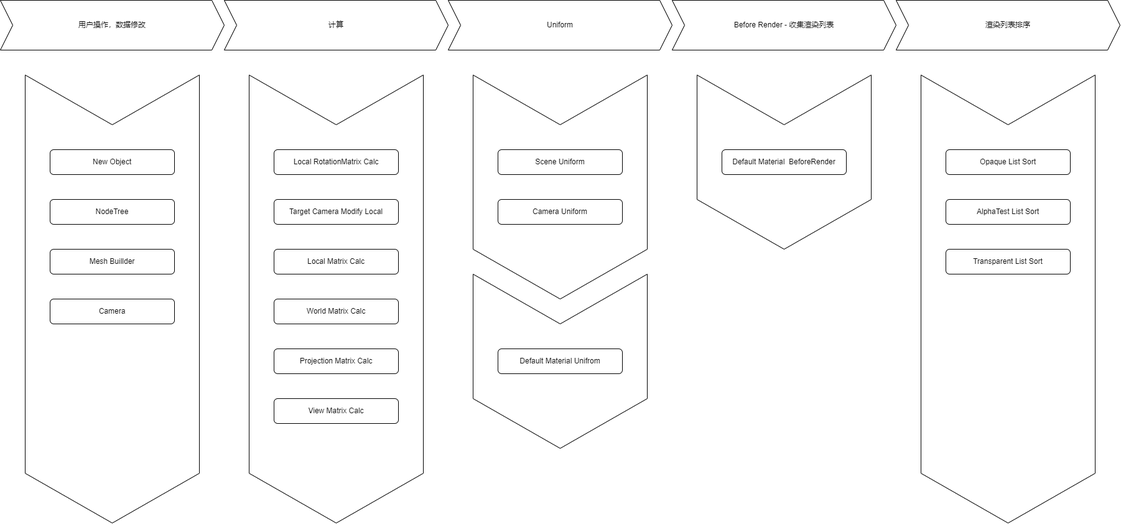
Earlier version of the draw.io export documents/system.png (GaiaWorld/pi_3d). Source tidied: cells renumbered, new cells last; positions are measured from the earlier drawing's top-left corner, leaving out a move shared by most shapes. The source it was exported from:
```xml
<mxGraphModel>
  <root>
    <mxCell id="0" />
    <mxCell id="1" parent="0" />
    <mxCell id="2" style="shape=step;perimeter=stepPerimeter;whiteSpace=wrap;html=1;fixedSize=1;direction=south;size=80;" parent="1" vertex="1">
      <mxGeometry x="1120" y="120" width="280" height="280" as="geometry" />
    </mxCell>
    <mxCell id="3" style="shape=step;perimeter=stepPerimeter;whiteSpace=wrap;html=1;fixedSize=1;direction=south;size=80;" parent="1" vertex="1">
      <mxGeometry x="1480" y="120" width="280" height="720" as="geometry" />
    </mxCell>
    <mxCell id="4" style="shape=step;perimeter=stepPerimeter;whiteSpace=wrap;html=1;fixedSize=1;direction=south;size=80;" parent="1" vertex="1">
      <mxGeometry x="760" y="440" width="280" height="280" as="geometry" />
    </mxCell>
    <mxCell id="5" style="shape=step;perimeter=stepPerimeter;whiteSpace=wrap;html=1;fixedSize=1;direction=south;size=80;" parent="1" vertex="1">
      <mxGeometry x="760" y="120" width="280" height="360" as="geometry" />
    </mxCell>
    <mxCell id="6" style="shape=step;perimeter=stepPerimeter;whiteSpace=wrap;html=1;fixedSize=1;direction=south;size=80;" parent="1" vertex="1">
      <mxGeometry x="400" y="120" width="280" height="720" as="geometry" />
    </mxCell>
    <mxCell id="7" style="shape=step;perimeter=stepPerimeter;whiteSpace=wrap;html=1;fixedSize=1;direction=south;size=80;" parent="1" vertex="1">
      <mxGeometry x="40" y="120" width="280" height="720" as="geometry" />
    </mxCell>
    <mxCell id="8" value="New Object" style="rounded=1;whiteSpace=wrap;html=1;" parent="1" vertex="1">
      <mxGeometry x="80" y="240" width="200" height="40" as="geometry" />
    </mxCell>
    <mxCell id="9" value="NodeTree" style="rounded=1;whiteSpace=wrap;html=1;" parent="1" vertex="1">
      <mxGeometry x="80" y="320" width="200" height="40" as="geometry" />
    </mxCell>
    <mxCell id="10" value="Mesh Buillder" style="rounded=1;whiteSpace=wrap;html=1;" parent="1" vertex="1">
      <mxGeometry x="80" y="400" width="200" height="40" as="geometry" />
    </mxCell>
    <mxCell id="11" value="Camera" style="rounded=1;whiteSpace=wrap;html=1;" parent="1" vertex="1">
      <mxGeometry x="80" y="480" width="200" height="40" as="geometry" />
    </mxCell>
    <mxCell id="12" value="Local RotationMatrix Calc" style="rounded=1;whiteSpace=wrap;html=1;" parent="1" vertex="1">
      <mxGeometry x="440" y="240" width="200" height="40" as="geometry" />
    </mxCell>
    <mxCell id="13" value="Projection Matrix Calc" style="rounded=1;whiteSpace=wrap;html=1;" parent="1" vertex="1">
      <mxGeometry x="440" y="560" width="200" height="40" as="geometry" />
    </mxCell>
    <mxCell id="14" value="Target Camera Modify Local" style="rounded=1;whiteSpace=wrap;html=1;" parent="1" vertex="1">
      <mxGeometry x="440" y="320" width="200" height="40" as="geometry" />
    </mxCell>
    <mxCell id="15" value="Local Matrix Calc" style="rounded=1;whiteSpace=wrap;html=1;" parent="1" vertex="1">
      <mxGeometry x="440" y="400" width="200" height="40" as="geometry" />
    </mxCell>
    <mxCell id="16" value="World Matrix Calc" style="rounded=1;whiteSpace=wrap;html=1;" parent="1" vertex="1">
      <mxGeometry x="440" y="480" width="200" height="40" as="geometry" />
    </mxCell>
    <mxCell id="17" value="View Matrix Calc" style="rounded=1;whiteSpace=wrap;html=1;" parent="1" vertex="1">
      <mxGeometry x="440" y="640" width="200" height="40" as="geometry" />
    </mxCell>
    <mxCell id="18" value="Scene Uniform" style="rounded=1;whiteSpace=wrap;html=1;" parent="1" vertex="1">
      <mxGeometry x="800" y="240" width="200" height="40" as="geometry" />
    </mxCell>
    <mxCell id="19" value="Camera Uniform" style="rounded=1;whiteSpace=wrap;html=1;" parent="1" vertex="1">
      <mxGeometry x="800" y="320" width="200" height="40" as="geometry" />
    </mxCell>
    <mxCell id="20" value="Default Material Unifrom" style="rounded=1;whiteSpace=wrap;html=1;" parent="1" vertex="1">
      <mxGeometry x="800" y="560" width="200" height="40" as="geometry" />
    </mxCell>
    <mxCell id="21" value="Default Material&amp;nbsp; BeforeRender" style="rounded=1;whiteSpace=wrap;html=1;" parent="1" vertex="1">
      <mxGeometry x="1160" y="240" width="200" height="40" as="geometry" />
    </mxCell>
    <mxCell id="22" value="Opaque List Sort" style="rounded=1;whiteSpace=wrap;html=1;" parent="1" vertex="1">
      <mxGeometry x="1520" y="240" width="200" height="40" as="geometry" />
    </mxCell>
    <mxCell id="23" value="AlphaTest List Sort" style="rounded=1;whiteSpace=wrap;html=1;" parent="1" vertex="1">
      <mxGeometry x="1520" y="320" width="200" height="40" as="geometry" />
    </mxCell>
    <mxCell id="24" value="Transparent List Sort" style="rounded=1;whiteSpace=wrap;html=1;" parent="1" vertex="1">
      <mxGeometry x="1520" y="400" width="200" height="40" as="geometry" />
    </mxCell>
    <mxCell id="25" value="用户操作，数据修改" style="shape=step;perimeter=stepPerimeter;whiteSpace=wrap;html=1;fixedSize=1;" parent="1" vertex="1">
      <mxGeometry width="360" height="80" as="geometry" />
    </mxCell>
    <mxCell id="26" value="计算" style="shape=step;perimeter=stepPerimeter;whiteSpace=wrap;html=1;fixedSize=1;" parent="1" vertex="1">
      <mxGeometry x="360" width="360" height="80" as="geometry" />
    </mxCell>
    <mxCell id="27" value="Uniform" style="shape=step;perimeter=stepPerimeter;whiteSpace=wrap;html=1;fixedSize=1;" parent="1" vertex="1">
      <mxGeometry x="720" width="360" height="80" as="geometry" />
    </mxCell>
    <mxCell id="28" value="Before Render - 收集渲染列表" style="shape=step;perimeter=stepPerimeter;whiteSpace=wrap;html=1;fixedSize=1;" parent="1" vertex="1">
      <mxGeometry x="1080" width="360" height="80" as="geometry" />
    </mxCell>
    <mxCell id="29" value="渲染列表排序" style="shape=step;perimeter=stepPerimeter;whiteSpace=wrap;html=1;fixedSize=1;" parent="1" vertex="1">
      <mxGeometry x="1440" width="360" height="80" as="geometry" />
    </mxCell>
  </root>
</mxGraphModel>
```
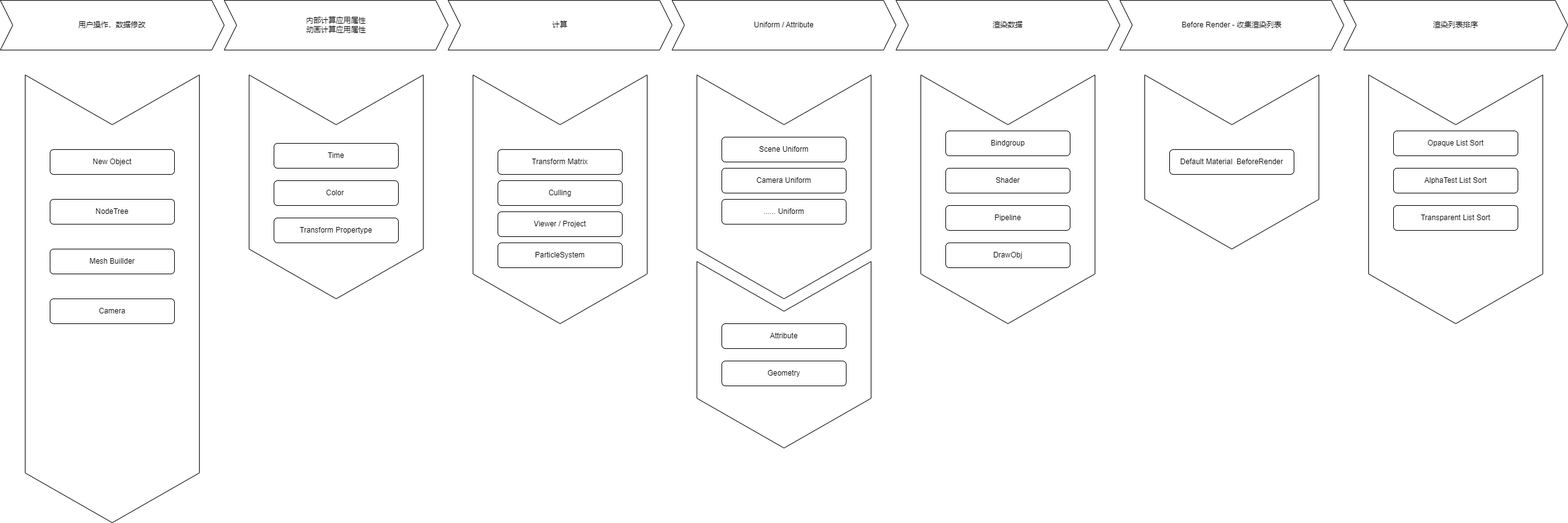
After the change.

Change to the diagram source:
```diff
@@ -3,19 +3,16 @@
     <mxCell id="0" />
     <mxCell id="1" parent="0" />
     <mxCell id="2" style="shape=step;perimeter=stepPerimeter;whiteSpace=wrap;html=1;fixedSize=1;direction=south;size=80;" parent="1" vertex="1">
-      <mxGeometry x="1120" y="120" width="280" height="280" as="geometry" />
+      <mxGeometry x="1840" y="120" width="280" height="280" as="geometry" />
     </mxCell>
     <mxCell id="3" style="shape=step;perimeter=stepPerimeter;whiteSpace=wrap;html=1;fixedSize=1;direction=south;size=80;" parent="1" vertex="1">
-      <mxGeometry x="1480" y="120" width="280" height="720" as="geometry" />
+      <mxGeometry x="2200" y="120" width="280" height="400" as="geometry" />
     </mxCell>
-    <mxCell id="4" style="shape=step;perimeter=stepPerimeter;whiteSpace=wrap;html=1;fixedSize=1;direction=south;size=80;" parent="1" vertex="1">
-      <mxGeometry x="760" y="440" width="280" height="280" as="geometry" />
-    </mxCell>
     <mxCell id="5" style="shape=step;perimeter=stepPerimeter;whiteSpace=wrap;html=1;fixedSize=1;direction=south;size=80;" parent="1" vertex="1">
-      <mxGeometry x="760" y="120" width="280" height="360" as="geometry" />
+      <mxGeometry x="1120" y="120" width="280" height="360" as="geometry" />
     </mxCell>
     <mxCell id="6" style="shape=step;perimeter=stepPerimeter;whiteSpace=wrap;html=1;fixedSize=1;direction=south;size=80;" parent="1" vertex="1">
-      <mxGeometry x="400" y="120" width="280" height="720" as="geometry" />
+      <mxGeometry x="760" y="120" width="280" height="400" as="geometry" />
     </mxCell>
     <mxCell id="7" style="shape=step;perimeter=stepPerimeter;whiteSpace=wrap;html=1;fixedSize=1;direction=south;size=80;" parent="1" vertex="1">
       <mxGeometry x="40" y="120" width="280" height="720" as="geometry" />
@@ -32,59 +29,95 @@
     <mxCell id="11" value="Camera" style="rounded=1;whiteSpace=wrap;html=1;" parent="1" vertex="1">
       <mxGeometry x="80" y="480" width="200" height="40" as="geometry" />
     </mxCell>
-    <mxCell id="12" value="Local RotationMatrix Calc" style="rounded=1;whiteSpace=wrap;html=1;" parent="1" vertex="1">
-      <mxGeometry x="440" y="240" width="200" height="40" as="geometry" />
+    <mxCell id="12" value="Transform Matrix" style="rounded=1;whiteSpace=wrap;html=1;" parent="1" vertex="1">
+      <mxGeometry x="800" y="240" width="200" height="40" as="geometry" />
     </mxCell>
-    <mxCell id="13" value="Projection Matrix Calc" style="rounded=1;whiteSpace=wrap;html=1;" parent="1" vertex="1">
-      <mxGeometry x="440" y="560" width="200" height="40" as="geometry" />
-    </mxCell>
-    <mxCell id="14" value="Target Camera Modify Local" style="rounded=1;whiteSpace=wrap;html=1;" parent="1" vertex="1">
-      <mxGeometry x="440" y="320" width="200" height="40" as="geometry" />
+    <mxCell id="14" value="Culling" style="rounded=1;whiteSpace=wrap;html=1;" parent="1" vertex="1">
+      <mxGeometry x="800" y="290" width="200" height="40" as="geometry" />
     </mxCell>
-    <mxCell id="15" value="Local Matrix Calc" style="rounded=1;whiteSpace=wrap;html=1;" parent="1" vertex="1">
-      <mxGeometry x="440" y="400" width="200" height="40" as="geometry" />
+    <mxCell id="15" value="Viewer / Project" style="rounded=1;whiteSpace=wrap;html=1;" parent="1" vertex="1">
+      <mxGeometry x="800" y="340" width="200" height="40" as="geometry" />
     </mxCell>
-    <mxCell id="16" value="World Matrix Calc" style="rounded=1;whiteSpace=wrap;html=1;" parent="1" vertex="1">
-      <mxGeometry x="440" y="480" width="200" height="40" as="geometry" />
+    <mxCell id="16" value="ParticleSystem" style="rounded=1;whiteSpace=wrap;html=1;" parent="1" vertex="1">
+      <mxGeometry x="800" y="390" width="200" height="40" as="geometry" />
     </mxCell>
-    <mxCell id="17" value="View Matrix Calc" style="rounded=1;whiteSpace=wrap;html=1;" parent="1" vertex="1">
-      <mxGeometry x="440" y="640" width="200" height="40" as="geometry" />
-    </mxCell>
     <mxCell id="18" value="Scene Uniform" style="rounded=1;whiteSpace=wrap;html=1;" parent="1" vertex="1">
-      <mxGeometry x="800" y="240" width="200" height="40" as="geometry" />
+      <mxGeometry x="1160" y="220" width="200" height="40" as="geometry" />
     </mxCell>
     <mxCell id="19" value="Camera Uniform" style="rounded=1;whiteSpace=wrap;html=1;" parent="1" vertex="1">
-      <mxGeometry x="800" y="320" width="200" height="40" as="geometry" />
+      <mxGeometry x="1160" y="270" width="200" height="40" as="geometry" />
     </mxCell>
-    <mxCell id="20" value="Default Material Unifrom" style="rounded=1;whiteSpace=wrap;html=1;" parent="1" vertex="1">
-      <mxGeometry x="800" y="560" width="200" height="40" as="geometry" />
-    </mxCell>
     <mxCell id="21" value="Default Material&amp;nbsp; BeforeRender" style="rounded=1;whiteSpace=wrap;html=1;" parent="1" vertex="1">
-      <mxGeometry x="1160" y="240" width="200" height="40" as="geometry" />
+      <mxGeometry x="1880" y="240" width="200" height="40" as="geometry" />
     </mxCell>
     <mxCell id="22" value="Opaque List Sort" style="rounded=1;whiteSpace=wrap;html=1;" parent="1" vertex="1">
-      <mxGeometry x="1520" y="240" width="200" height="40" as="geometry" />
+      <mxGeometry x="2240" y="210" width="200" height="40" as="geometry" />
     </mxCell>
     <mxCell id="23" value="AlphaTest List Sort" style="rounded=1;whiteSpace=wrap;html=1;" parent="1" vertex="1">
-      <mxGeometry x="1520" y="320" width="200" height="40" as="geometry" />
+      <mxGeometry x="2240" y="270" width="200" height="40" as="geometry" />
     </mxCell>
     <mxCell id="24" value="Transparent List Sort" style="rounded=1;whiteSpace=wrap;html=1;" parent="1" vertex="1">
-      <mxGeometry x="1520" y="400" width="200" height="40" as="geometry" />
+      <mxGeometry x="2240" y="330" width="200" height="40" as="geometry" />
     </mxCell>
     <mxCell id="25" value="用户操作，数据修改" style="shape=step;perimeter=stepPerimeter;whiteSpace=wrap;html=1;fixedSize=1;" parent="1" vertex="1">
       <mxGeometry width="360" height="80" as="geometry" />
     </mxCell>
     <mxCell id="26" value="计算" style="shape=step;perimeter=stepPerimeter;whiteSpace=wrap;html=1;fixedSize=1;" parent="1" vertex="1">
-      <mxGeometry x="360" width="360" height="80" as="geometry" />
+      <mxGeometry x="720" width="360" height="80" as="geometry" />
     </mxCell>
-    <mxCell id="27" value="Uniform" style="shape=step;perimeter=stepPerimeter;whiteSpace=wrap;html=1;fixedSize=1;" parent="1" vertex="1">
-      <mxGeometry x="720" width="360" height="80" as="geometry" />
-    </mxCell>
     <mxCell id="28" value="Before Render - 收集渲染列表" style="shape=step;perimeter=stepPerimeter;whiteSpace=wrap;html=1;fixedSize=1;" parent="1" vertex="1">
-      <mxGeometry x="1080" width="360" height="80" as="geometry" />
+      <mxGeometry x="1800" width="360" height="80" as="geometry" />
     </mxCell>
     <mxCell id="29" value="渲染列表排序" style="shape=step;perimeter=stepPerimeter;whiteSpace=wrap;html=1;fixedSize=1;" parent="1" vertex="1">
-      <mxGeometry x="1440" width="360" height="80" as="geometry" />
+      <mxGeometry x="2160" width="360" height="80" as="geometry" />
     </mxCell>
+    <mxCell id="30" value="内部计算应用属性&lt;br&gt;动画计算应用属性" style="shape=step;perimeter=stepPerimeter;whiteSpace=wrap;html=1;fixedSize=1;" parent="1" vertex="1">
+      <mxGeometry x="360" width="360" height="80" as="geometry" />
+    </mxCell>
+    <mxCell id="31" value="...... Uniform" style="rounded=1;whiteSpace=wrap;html=1;" parent="1" vertex="1">
+      <mxGeometry x="1160" y="320" width="200" height="40" as="geometry" />
+    </mxCell>
+    <mxCell id="32" style="shape=step;perimeter=stepPerimeter;whiteSpace=wrap;html=1;fixedSize=1;direction=south;size=80;" parent="1" vertex="1">
+      <mxGeometry x="1120" y="420" width="280" height="300" as="geometry" />
+    </mxCell>
+    <mxCell id="33" value="Attribute" style="rounded=1;whiteSpace=wrap;html=1;" parent="1" vertex="1">
+      <mxGeometry x="1160" y="520" width="200" height="40" as="geometry" />
+    </mxCell>
+    <mxCell id="34" value="Uniform / Attribute" style="shape=step;perimeter=stepPerimeter;whiteSpace=wrap;html=1;fixedSize=1;" parent="1" vertex="1">
+      <mxGeometry x="1080" width="360" height="80" as="geometry" />
+    </mxCell>
+    <mxCell id="35" style="shape=step;perimeter=stepPerimeter;whiteSpace=wrap;html=1;fixedSize=1;direction=south;size=80;" parent="1" vertex="1">
+      <mxGeometry x="400" y="120" width="280" height="360" as="geometry" />
+    </mxCell>
+    <mxCell id="36" value="Time" style="rounded=1;whiteSpace=wrap;html=1;" parent="1" vertex="1">
+      <mxGeometry x="440" y="230" width="200" height="40" as="geometry" />
+    </mxCell>
+    <mxCell id="37" value="Color&amp;nbsp;" style="rounded=1;whiteSpace=wrap;html=1;" parent="1" vertex="1">
+      <mxGeometry x="440" y="290" width="200" height="40" as="geometry" />
+    </mxCell>
+    <mxCell id="38" value="Transform Propertype" style="rounded=1;whiteSpace=wrap;html=1;" parent="1" vertex="1">
+      <mxGeometry x="440" y="350" width="200" height="40" as="geometry" />
+    </mxCell>
+    <mxCell id="39" value="Geometry" style="rounded=1;whiteSpace=wrap;html=1;" parent="1" vertex="1">
+      <mxGeometry x="1160" y="580" width="200" height="40" as="geometry" />
+    </mxCell>
+    <mxCell id="40" value="渲染数据" style="shape=step;perimeter=stepPerimeter;whiteSpace=wrap;html=1;fixedSize=1;" parent="1" vertex="1">
+      <mxGeometry x="1440" width="360" height="80" as="geometry" />
+    </mxCell>
+    <mxCell id="41" style="shape=step;perimeter=stepPerimeter;whiteSpace=wrap;html=1;fixedSize=1;direction=south;size=80;" parent="1" vertex="1">
+      <mxGeometry x="1480" y="120" width="280" height="400" as="geometry" />
+    </mxCell>
+    <mxCell id="42" value="Bindgroup" style="rounded=1;whiteSpace=wrap;html=1;" parent="1" vertex="1">
+      <mxGeometry x="1520" y="210" width="200" height="40" as="geometry" />
+    </mxCell>
+    <mxCell id="43" value="Shader" style="rounded=1;whiteSpace=wrap;html=1;" parent="1" vertex="1">
+      <mxGeometry x="1520" y="270" width="200" height="40" as="geometry" />
+    </mxCell>
+    <mxCell id="44" value="Pipeline" style="rounded=1;whiteSpace=wrap;html=1;" parent="1" vertex="1">
+      <mxGeometry x="1520" y="330" width="200" height="40" as="geometry" />
+    </mxCell>
+    <mxCell id="45" value="DrawObj" style="rounded=1;whiteSpace=wrap;html=1;" parent="1" vertex="1">
+      <mxGeometry x="1520" y="390" width="200" height="40" as="geometry" />
+    </mxCell>
   </root>
 </mxGraphModel>
```
